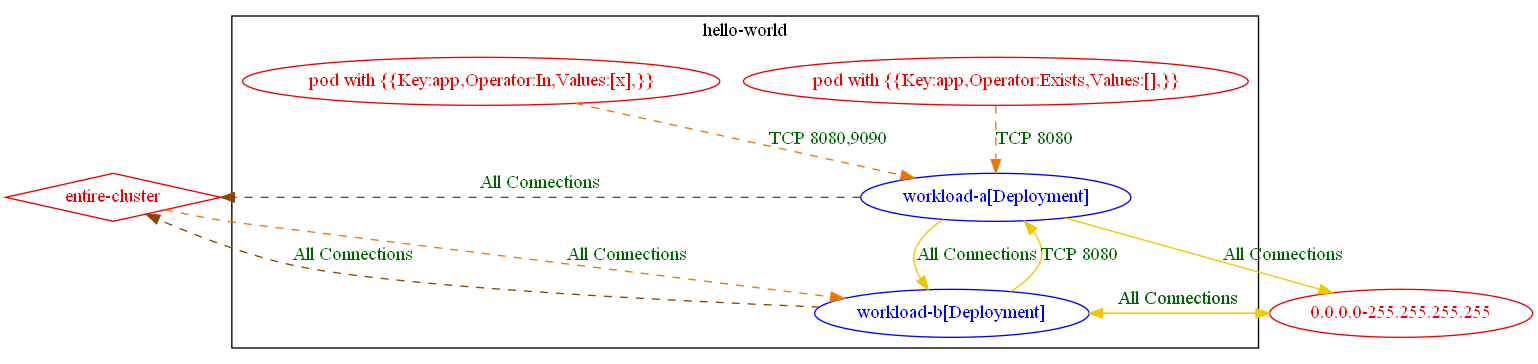
The Graphviz diagram test_outputs/connlist/exposure_test_exposure_with_different_rules_2_connlist_output.dot.png in np-guard/netpol-analyzer, before a commit. Its source is kept beside it as test_outputs/connlist/exposure_test_exposure_with_different_rules_2_connlist_output.dot.
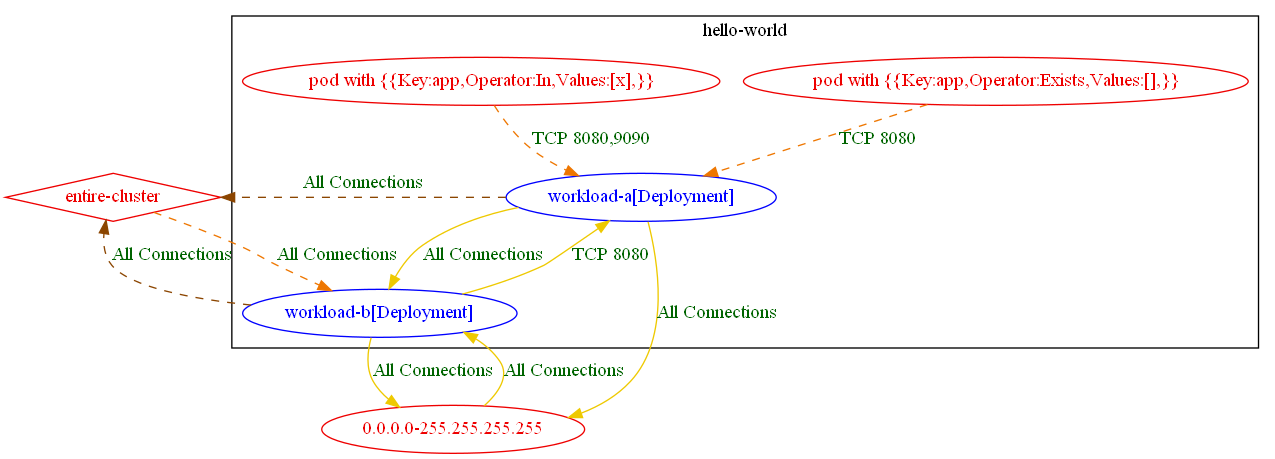
The same diagram one commit later.

Diff of the diagram source:
```diff
@@ -10,14 +10,14 @@
 	}
 	"0.0.0.0-255.255.255.255" [label="0.0.0.0-255.255.255.255" color="red2" fontcolor="red2"]
 	"entire-cluster" [label="entire-cluster" color="red2" fontcolor="red2" shape=diamond]
-	"0.0.0.0-255.255.255.255" -> "hello-world/workload-b[Deployment]" [label="All Connections" color="gold2" fontcolor="darkgreen"]
+	"0.0.0.0-255.255.255.255" -> "hello-world/workload-b[Deployment]" [label="All Connections" color="gold2" fontcolor="darkgreen" weight=0.5]
 	"entire-cluster" -> "hello-world/workload-b[Deployment]" [label="All Connections" color="darkorange2" fontcolor="darkgreen" weight=1 style=dashed]
-	"hello-world/workload-a[Deployment]" -> "0.0.0.0-255.255.255.255" [label="All Connections" color="gold2" fontcolor="darkgreen"]
+	"hello-world/workload-a[Deployment]" -> "0.0.0.0-255.255.255.255" [label="All Connections" color="gold2" fontcolor="darkgreen" weight=1]
 	"hello-world/workload-a[Deployment]" -> "entire-cluster" [label="All Connections" color="darkorange4" fontcolor="darkgreen" weight=0.5 style=dashed]
-	"hello-world/workload-a[Deployment]" -> "hello-world/workload-b[Deployment]" [label="All Connections" color="gold2" fontcolor="darkgreen"]
-	"hello-world/workload-b[Deployment]" -> "0.0.0.0-255.255.255.255" [label="All Connections" color="gold2" fontcolor="darkgreen"]
+	"hello-world/workload-a[Deployment]" -> "hello-world/workload-b[Deployment]" [label="All Connections" color="gold2" fontcolor="darkgreen" weight=0.5]
+	"hello-world/workload-b[Deployment]" -> "0.0.0.0-255.255.255.255" [label="All Connections" color="gold2" fontcolor="darkgreen" weight=1]
 	"hello-world/workload-b[Deployment]" -> "entire-cluster" [label="All Connections" color="darkorange4" fontcolor="darkgreen" weight=0.5 style=dashed]
-	"hello-world/workload-b[Deployment]" -> "hello-world/workload-a[Deployment]" [label="TCP 8080" color="gold2" fontcolor="darkgreen"]
+	"hello-world/workload-b[Deployment]" -> "hello-world/workload-a[Deployment]" [label="TCP 8080" color="gold2" fontcolor="darkgreen" weight=1]
 	"pod with {{Key:app,Operator:Exists,Values:[],}}_in_hello-world" -> "hello-world/workload-a[Deployment]" [label="TCP 8080" color="darkorange2" fontcolor="darkgreen" weight=1 style=dashed]
 	"pod with {{Key:app,Operator:In,Values:[x],}}_in_hello-world" -> "hello-world/workload-a[Deployment]" [label="TCP 8080,9090" color="darkorange2" fontcolor="darkgreen" weight=1 style=dashed]
 }
```
